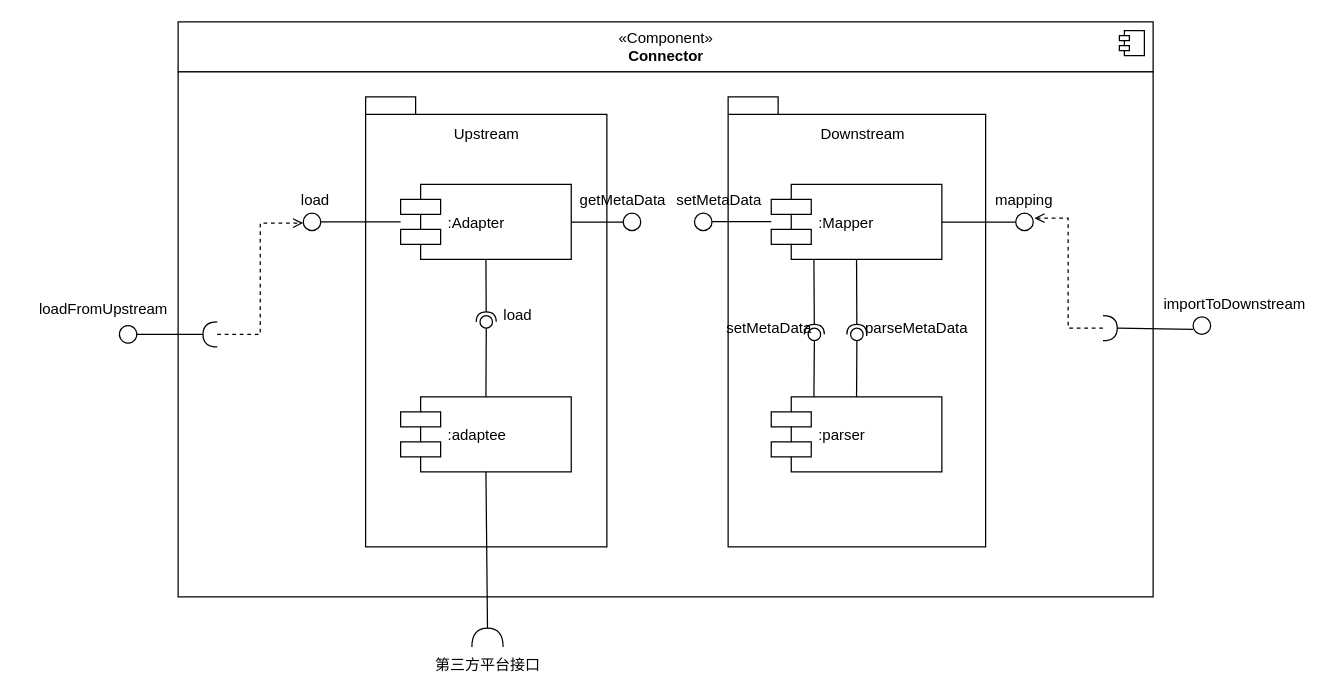
lshunran/drawIO keeps this draw.io diagram as componentdigram.drawio. Above is the earlier version. Source tidied: cells renumbered, new cells numbered last; positions are measured from the earlier drawing's top-left corner, leaving out a move shared by most shapes. Both pictures are drawn from the tidied source at 125%, with x=0, y=0 at pixel (28, 21).
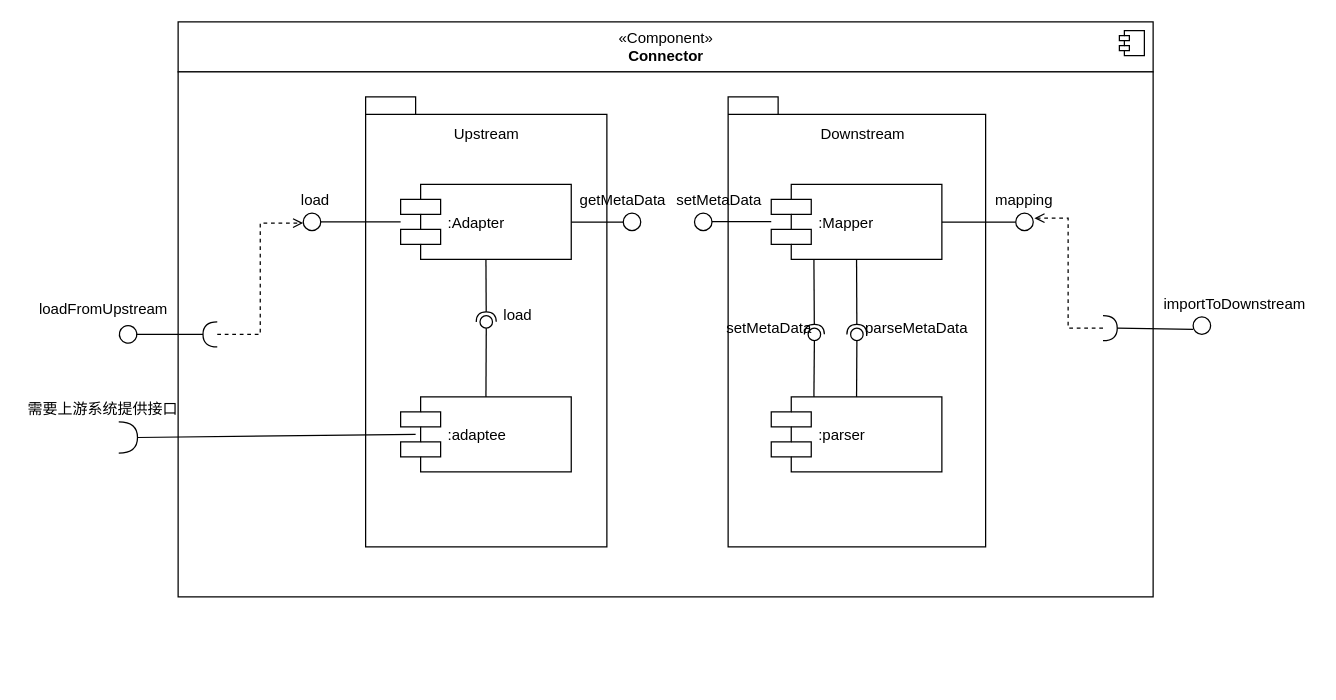
Above is the later version.

Unchanged cells that the change refers to:
```xml
<mxCell id="12" value=":adaptee" style="shape=component;align=left;spacingLeft=36;" parent="2" vertex="1">
  <mxGeometry x="48" y="300" width="136.5" height="60" as="geometry" />
</mxCell>
```

Diff of the diagram source:
```diff
@@
-    <mxCell id="44" style="shape=requiredInterface;html=1;verticalLabelPosition=bottom;rotation=-90;" parent="1" vertex="1">
-      <mxGeometry x="360" y="480" width="15" height="25" as="geometry" />
+    <mxCell id="44" style="shape=requiredInterface;html=1;verticalLabelPosition=bottom;rotation=0;" parent="1" vertex="1">
+      <mxGeometry x="72.5" y="320" width="15" height="25" as="geometry" />
     </mxCell>
-    <mxCell id="45" style="endArrow=none;html=1;exitX=1;exitY=0.5;exitDx=0;exitDy=0;exitPerimeter=0;entryX=0.5;entryY=1;entryDx=0;entryDy=0;" parent="1" edge="1" source="44" target="12">
-      <mxGeometry relative="1" as="geometry" />
-    </mxCell>
-    <mxCell id="46" value="第三方平台接口" style="text;html=1;strokeColor=none;fillColor=none;align=center;verticalAlign=middle;whiteSpace=wrap;rounded=0;" parent="1" vertex="1">
-      <mxGeometry x="302.5" y="505" width="130" height="20" as="geometry" />
+    <mxCell id="46" value="需要上游系统提供接口" style="text;html=1;strokeColor=none;fillColor=none;align=center;verticalAlign=middle;whiteSpace=wrap;rounded=0;" parent="1" vertex="1">
+      <mxGeometry x="-5" y="300" width="130" height="20" as="geometry" />
     </mxCell>
@@
+    <mxCell id="52" style="endArrow=none;html=1;exitX=1;exitY=0.5;exitDx=0;exitDy=0;exitPerimeter=0;" parent="1" edge="1" source="44">
+      <mxGeometry relative="1" as="geometry">
+        <mxPoint x="310" y="330" as="targetPoint" />
+      </mxGeometry>
+    </mxCell>
```
